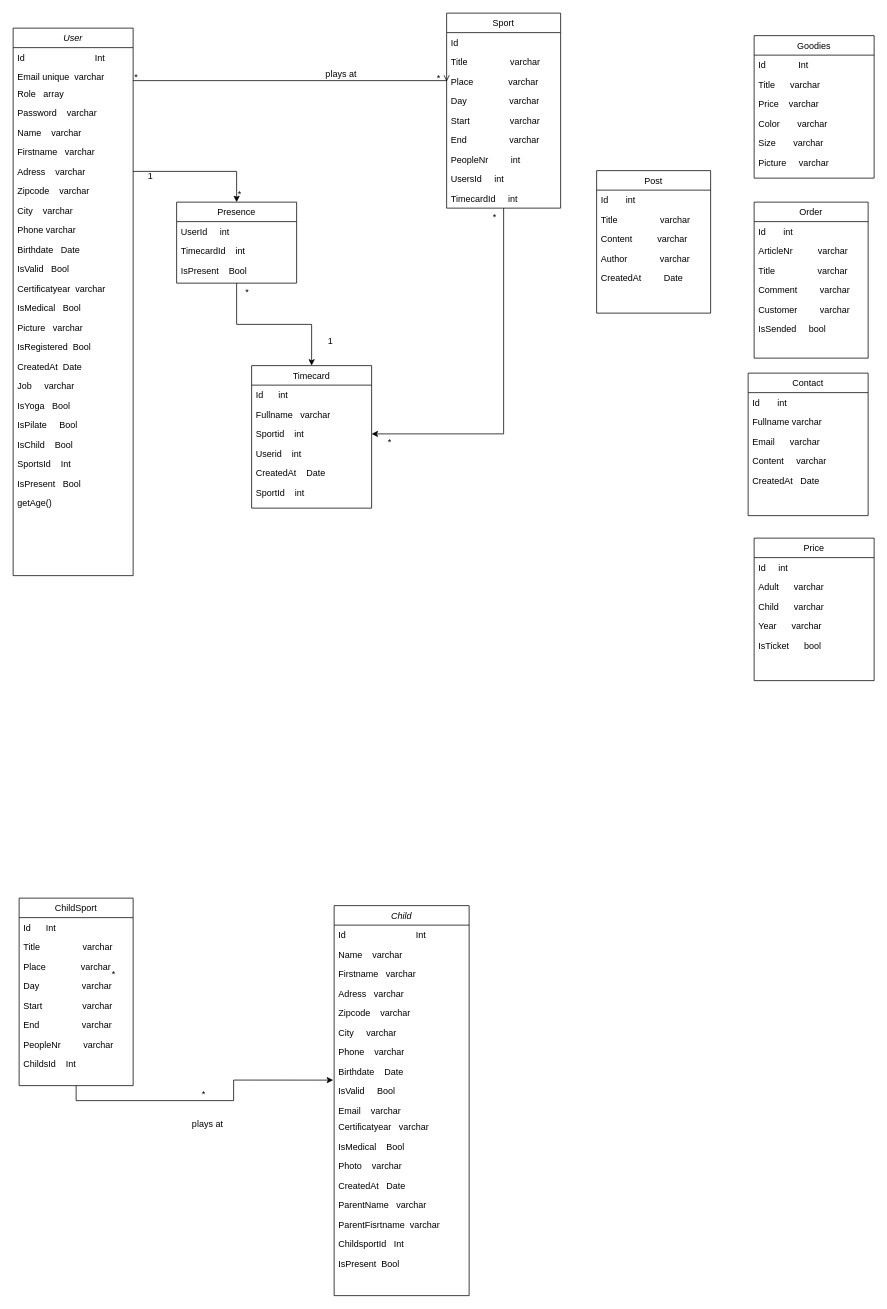
cyrisa02/diagrammes-UML keeps this draw.io diagram as asdec/Diagramme de classe bon.drawio. Above is the earlier version. Source tidied: cells renumbered, new cells numbered last; positions are measured from the earlier drawing's top-left corner, leaving out a move shared by most shapes. Both pictures are drawn from the tidied source at 75%, with x=0, y=0 at pixel (13, 13).
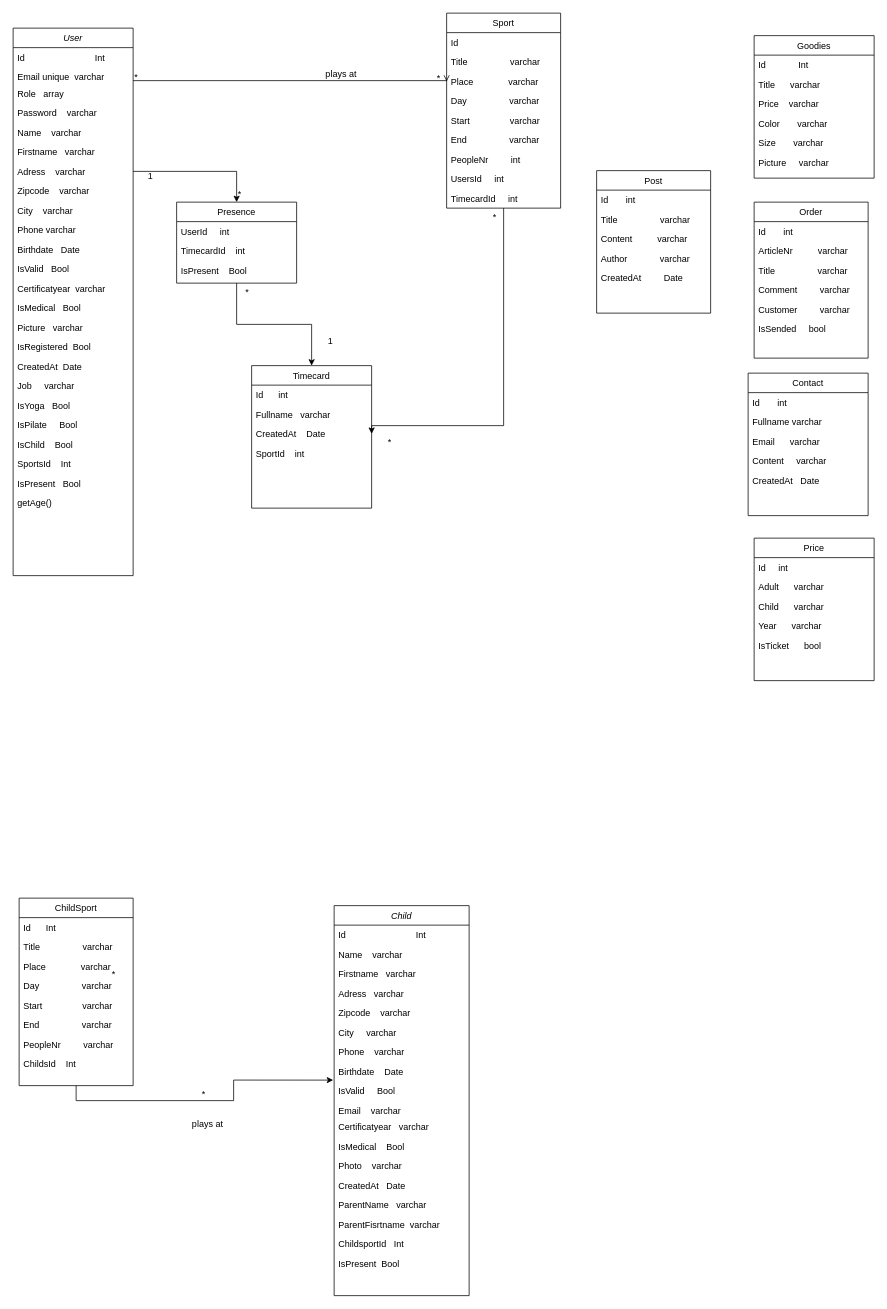
Above is the later version.

Commit message:
Mettre à jour Diagramme de classe bon.drawio

Unchanged cells that the change refers to:
```xml
<mxCell id="41" value="Sport" style="swimlane;fontStyle=0;align=center;verticalAlign=top;horizontal=1;startSize=26;rounded=0;shadow=0;strokeWidth=1;" parent="1" vertex="1">
  <mxGeometry x="578" width="152" height="260" as="geometry" />
</mxCell>
<mxCell id="112" value="Timecard" style="swimlane;fontStyle=0;align=center;verticalAlign=top;horizontal=1;startSize=26;rounded=0;shadow=0;strokeWidth=1;" parent="1" vertex="1">
  <mxGeometry x="318" y="470" width="160" height="190" as="geometry" />
</mxCell>
```

Change to the diagram source:
```diff
@@
-    <mxCell id="40" style="edgeStyle=orthogonalEdgeStyle;rounded=0;jettySize=auto;html=1;exitX=0.5;exitY=1;exitDx=0;exitDy=0;entryX=1;entryY=0.5;entryDx=0;entryDy=0;" parent="1" edge="1" source="41" target="115">
-      <mxGeometry relative="1" as="geometry" />
+    <mxCell id="40" style="edgeStyle=orthogonalEdgeStyle;rounded=0;jettySize=auto;html=1;exitX=0.5;exitY=1;exitDx=0;exitDy=0;entryX=1;entryY=0.5;entryDx=0;entryDy=0;" parent="1" edge="1" source="41">
+      <mxGeometry relative="1" as="geometry">
+        <mxPoint x="478" y="561" as="targetPoint" />
+        <Array as="points">
+          <mxPoint x="654" y="550" />
+          <mxPoint x="478" y="550" />
+        </Array>
+      </mxGeometry>
     </mxCell>
@@
-    <mxCell id="115" value="Sportid    int" style="text;align=left;verticalAlign=top;spacingLeft=4;spacingRight=4;overflow=hidden;points=[[0,0.5],[1,0.5]];portConstraint=eastwest;" parent="112" vertex="1">
-      <mxGeometry y="78" width="160" height="26" as="geometry" />
-    </mxCell>
-    <mxCell id="116" value="Userid    int" style="text;align=left;verticalAlign=top;spacingLeft=4;spacingRight=4;overflow=hidden;" parent="112" vertex="1">
-      <mxGeometry y="104" width="160" height="26" as="geometry" />
-    </mxCell>
     <mxCell id="117" value="CreatedAt    Date" style="text;align=left;verticalAlign=top;spacingLeft=4;spacingRight=4;overflow=hidden;" parent="112" vertex="1">
-      <mxGeometry y="130" width="160" height="26" as="geometry" />
+      <mxGeometry y="78" width="160" height="26" as="geometry" />
     </mxCell>
     <mxCell id="118" value="SportId    int" style="text;align=left;verticalAlign=top;spacingLeft=4;spacingRight=4;overflow=hidden;" parent="112" vertex="1">
-      <mxGeometry y="156" width="160" height="26" as="geometry" />
+      <mxGeometry y="104" width="160" height="26" as="geometry" />
     </mxCell>
```
